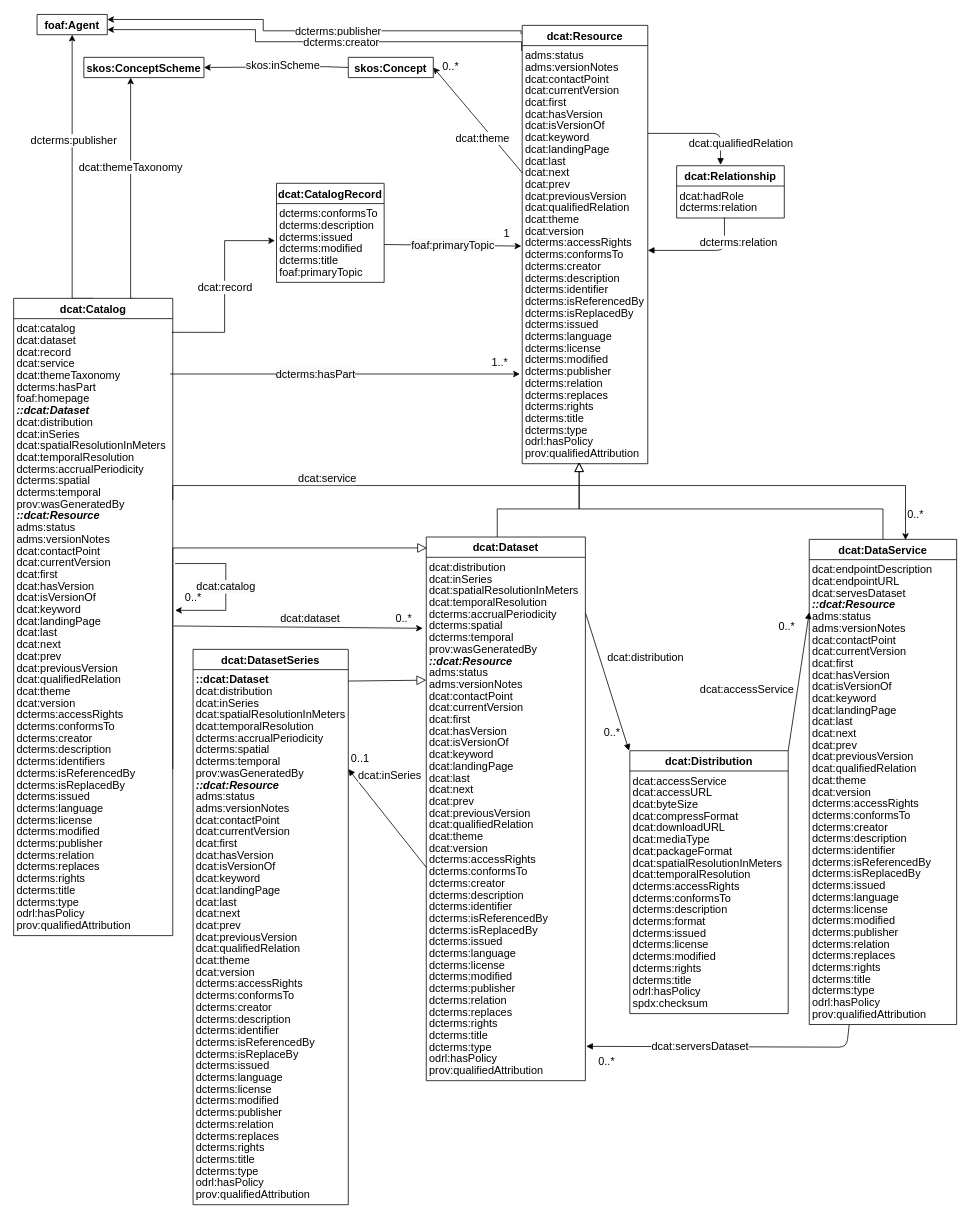
The draw.io diagram dcat/UML/dcat-all-attributes.drawio in w3c/dxwg, before the edit. Source tidied: cells renumbered, new cells numbered last; positions are measured from the earlier drawing's top-left corner, leaving out a move shared by most shapes. Both pictures are drawn from the tidied source at 78%, with x=0, y=0 at pixel (13, 14).
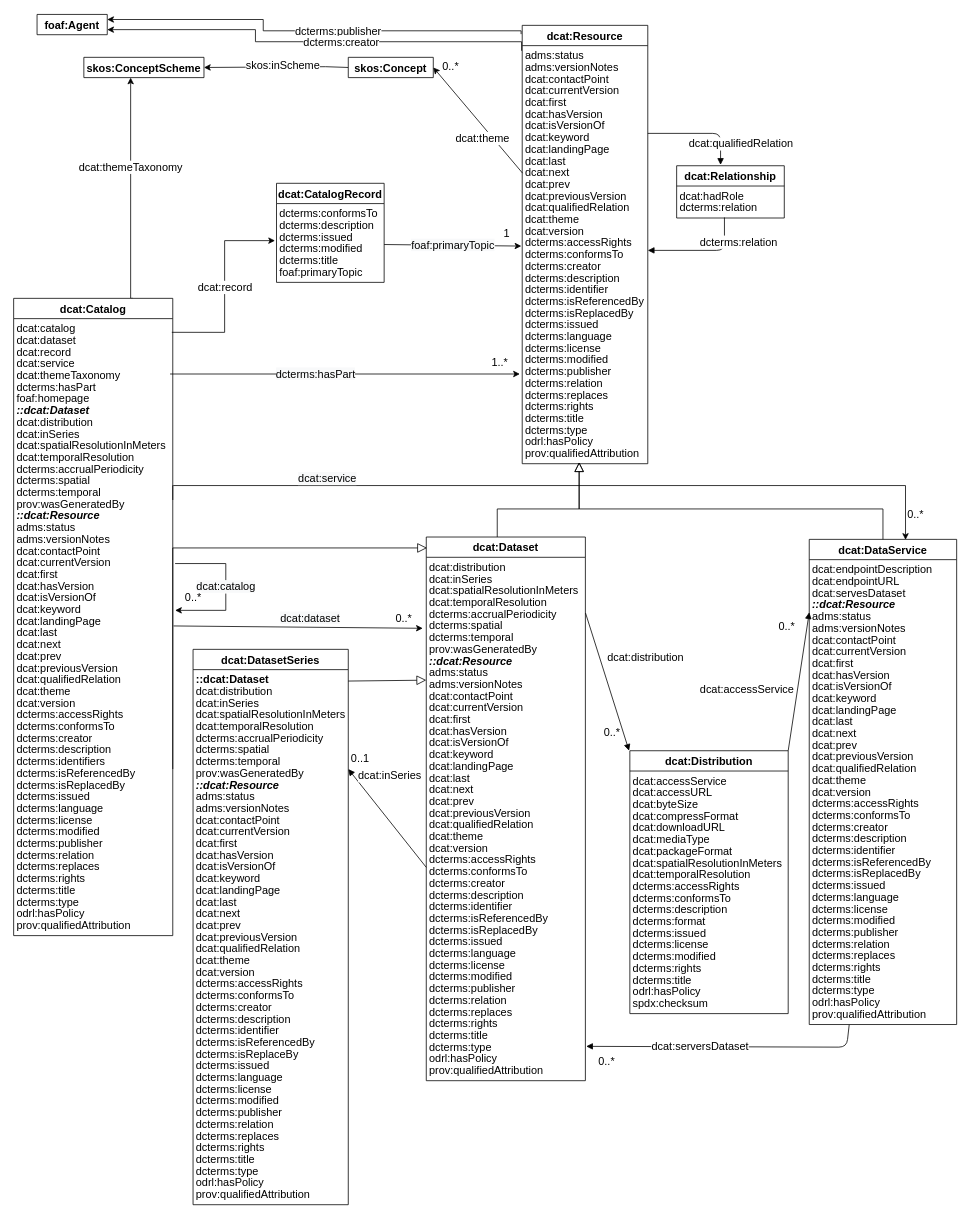
The same page after the edit.

Commit message (it also covers changes not shown here):
deleting dcterm:publisher arrow starting from catalog

Unchanged cells that the change refers to:
```xml
<mxCell id="2" value="foaf:Agent" style="swimlane;fontStyle=1;horizontal=1;startSize=26;fontSize=14;spacing=0;" parent="1" vertex="1" collapsed="1">
  <mxGeometry x="30" width="90" height="26" as="geometry" />
</mxCell>
<mxCell id="6" value="dcat:Catalog" style="swimlane;fontStyle=1;horizontal=1;startSize=26;spacing=0;fontSize=14;" parent="1" vertex="1">
  <mxGeometry y="364" width="204" height="817" as="geometry" />
</mxCell>
```

Diff of the diagram source:
```diff
@@
-    <mxCell id="3" value="dcterms:publisher" style="edgeStyle=orthogonalEdgeStyle;rounded=0;jettySize=auto;html=1;exitX=0.5;exitY=0;exitDx=0;exitDy=0;entryX=0.5;entryY=1;entryDx=0;entryDy=0;fontSize=14;noLabel=1;fontColor=none;spacing=0;" parent="1" edge="1" source="6" target="2">
-      <mxGeometry x="0.4" relative="1" as="geometry">
-        <Array as="points">
-          <mxPoint x="75" y="364" />
-        </Array>
-      </mxGeometry>
-    </mxCell>
-    <mxCell id="4" value="dcterms:publisher" style="edgeLabel;html=1;align=center;verticalAlign=middle;fontSize=14;fontColor=none;spacing=0;" parent="3" vertex="1">
-      <mxGeometry x="0.26" y="-1" relative="1" as="geometry" />
-    </mxCell>
```
